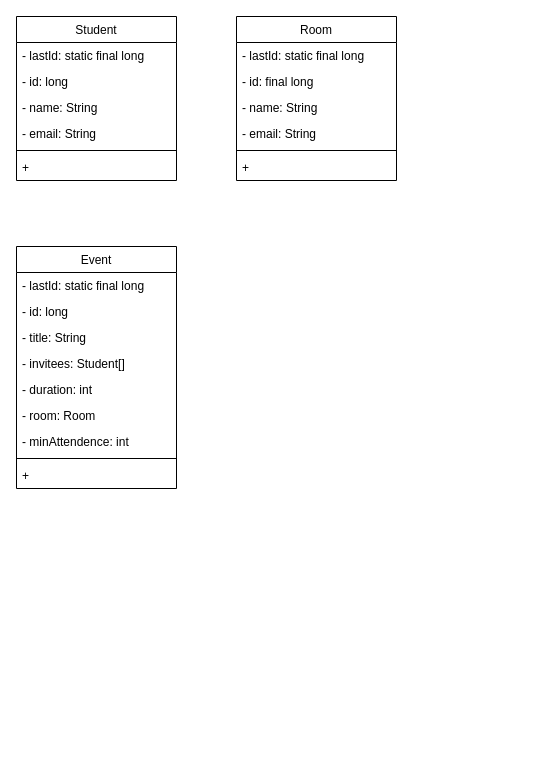
Before: diagrams/Untitled Diagram.drawio in lostshelf/seng-300-uml, a draw.io diagram. Source tidied: cells renumbered, new cells numbered last; positions are measured from the earlier drawing's top-left corner, leaving out a move shared by most shapes. Both pictures are drawn from the tidied source at 100%, with x=0, y=0 at pixel (16, 16).
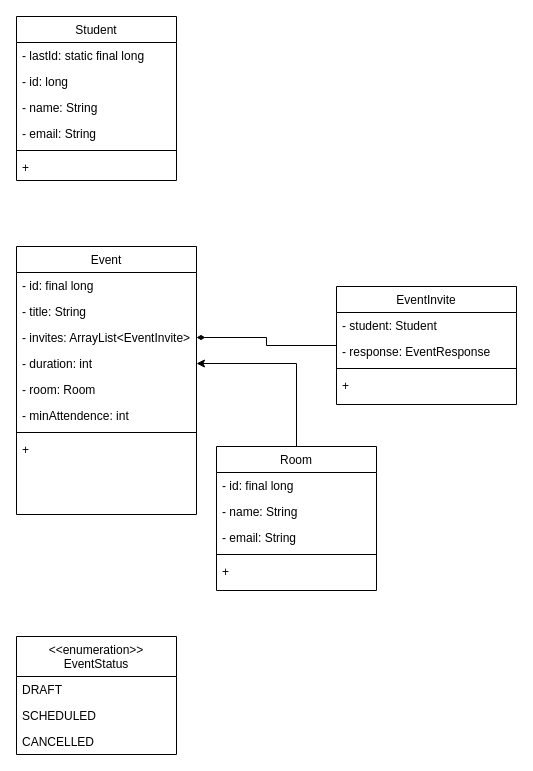
The same diagram, later.

What changed in the source:
```diff
@@
     <mxCell id="9" value="Room" style="swimlane;fontStyle=0;align=center;verticalAlign=top;horizontal=1;startSize=26;rounded=0;shadow=0;strokeWidth=1;" parent="1" vertex="1">
-      <mxGeometry x="220" width="160" height="164" as="geometry" />
+      <mxGeometry x="200" y="430" width="160" height="144" as="geometry" />
     </mxCell>
-    <mxCell id="10" value="- lastId: static final long" style="text;align=left;verticalAlign=top;spacingLeft=4;spacingRight=4;overflow=hidden;rounded=0;shadow=0;html=0;" parent="9" vertex="1">
-      <mxGeometry y="26" width="160" height="26" as="geometry" />
-    </mxCell>
     <mxCell id="11" value="- id: final long" style="text;align=left;verticalAlign=top;spacingLeft=4;spacingRight=4;overflow=hidden;" parent="9" vertex="1">
-      <mxGeometry y="52" width="160" height="26" as="geometry" />
+      <mxGeometry y="26" width="160" height="26" as="geometry" />
     </mxCell>
     <mxCell id="12" value="- name: String" style="text;align=left;verticalAlign=top;spacingLeft=4;spacingRight=4;overflow=hidden;rounded=0;shadow=0;html=0;" parent="9" vertex="1">
-      <mxGeometry y="78" width="160" height="26" as="geometry" />
+      <mxGeometry y="52" width="160" height="26" as="geometry" />
     </mxCell>
     <mxCell id="13" value="- email: String" style="text;align=left;verticalAlign=top;spacingLeft=4;spacingRight=4;overflow=hidden;rounded=0;shadow=0;html=0;" parent="9" vertex="1">
-      <mxGeometry y="104" width="160" height="26" as="geometry" />
+      <mxGeometry y="78" width="160" height="26" as="geometry" />
     </mxCell>
     <mxCell id="14" style="line;html=1;strokeWidth=1;align=left;verticalAlign=middle;spacingTop=-1;spacingLeft=3;spacingRight=3;labelPosition=right;" parent="9" vertex="1">
-      <mxGeometry y="130" width="160" height="8" as="geometry" />
+      <mxGeometry y="104" width="160" height="8" as="geometry" />
     </mxCell>
     <mxCell id="15" value="+ " style="text;align=left;verticalAlign=top;spacingLeft=4;spacingRight=4;overflow=hidden;" parent="9" vertex="1">
-      <mxGeometry y="138" width="160" height="26" as="geometry" />
+      <mxGeometry y="112" width="160" height="26" as="geometry" />
     </mxCell>
     <mxCell id="16" value="Event" style="swimlane;fontStyle=0;align=center;verticalAlign=top;horizontal=1;startSize=26;rounded=0;shadow=0;strokeWidth=1;" parent="1" vertex="1">
-      <mxGeometry y="230" width="160" height="242" as="geometry" />
+      <mxGeometry y="230" width="180" height="268" as="geometry" />
     </mxCell>
-    <mxCell id="17" value="- lastId: static final long" style="text;align=left;verticalAlign=top;spacingLeft=4;spacingRight=4;overflow=hidden;rounded=0;shadow=0;html=0;" parent="16" vertex="1">
-      <mxGeometry y="26" width="160" height="26" as="geometry" />
-    </mxCell>
-    <mxCell id="18" value="- id: long" style="text;align=left;verticalAlign=top;spacingLeft=4;spacingRight=4;overflow=hidden;" parent="16" vertex="1">
-      <mxGeometry y="52" width="160" height="26" as="geometry" />
+    <mxCell id="18" value="- id: final long" style="text;align=left;verticalAlign=top;spacingLeft=4;spacingRight=4;overflow=hidden;" parent="16" vertex="1">
+      <mxGeometry y="26" width="180" height="26" as="geometry" />
     </mxCell>
     <mxCell id="19" value="- title: String" style="text;align=left;verticalAlign=top;spacingLeft=4;spacingRight=4;overflow=hidden;rounded=0;shadow=0;html=0;" parent="16" vertex="1">
-      <mxGeometry y="78" width="160" height="26" as="geometry" />
+      <mxGeometry y="52" width="180" height="26" as="geometry" />
     </mxCell>
-    <mxCell id="20" value="- invitees: Student[]" style="text;align=left;verticalAlign=top;spacingLeft=4;spacingRight=4;overflow=hidden;points=[[0,0.5],[1,0.5]];portConstraint=eastwest;rounded=0;shadow=0;html=0;" parent="16" vertex="1">
-      <mxGeometry y="104" width="160" height="26" as="geometry" />
+    <mxCell id="20" value="- invites: ArrayList&lt;EventInvite&gt;" style="text;align=left;verticalAlign=top;spacingLeft=4;spacingRight=4;overflow=hidden;points=[[0,0.5],[1,0.5]];portConstraint=eastwest;rounded=0;shadow=0;html=0;" parent="16" vertex="1">
+      <mxGeometry y="78" width="180" height="26" as="geometry" />
     </mxCell>
     <mxCell id="21" value="- duration: int" style="text;align=left;verticalAlign=top;spacingLeft=4;spacingRight=4;overflow=hidden;points=[[0,0.5],[1,0.5]];portConstraint=eastwest;rounded=0;shadow=0;html=0;" parent="16" vertex="1">
-      <mxGeometry y="130" width="160" height="26" as="geometry" />
+      <mxGeometry y="104" width="180" height="26" as="geometry" />
     </mxCell>
     <mxCell id="22" value="- room: Room" style="text;align=left;verticalAlign=top;spacingLeft=4;spacingRight=4;overflow=hidden;rounded=0;shadow=0;html=0;" parent="16" vertex="1">
-      <mxGeometry y="156" width="160" height="26" as="geometry" />
+      <mxGeometry y="130" width="180" height="26" as="geometry" />
     </mxCell>
     <mxCell id="23" value="- minAttendence: int" style="text;align=left;verticalAlign=top;spacingLeft=4;spacingRight=4;overflow=hidden;rounded=0;shadow=0;html=0;" parent="16" vertex="1">
-      <mxGeometry y="182" width="160" height="26" as="geometry" />
+      <mxGeometry y="156" width="180" height="26" as="geometry" />
     </mxCell>
     <mxCell id="24" style="line;html=1;strokeWidth=1;align=left;verticalAlign=middle;spacingTop=-1;spacingLeft=3;spacingRight=3;labelPosition=right;" parent="16" vertex="1">
-      <mxGeometry y="208" width="160" height="8" as="geometry" />
+      <mxGeometry y="182" width="180" height="8" as="geometry" />
     </mxCell>
     <mxCell id="25" value="+ " style="text;align=left;verticalAlign=top;spacingLeft=4;spacingRight=4;overflow=hidden;" parent="16" vertex="1">
-      <mxGeometry y="216" width="160" height="26" as="geometry" />
+      <mxGeometry y="190" width="180" height="26" as="geometry" />
     </mxCell>
+    <mxCell id="26" style="edgeStyle=orthogonalEdgeStyle;rounded=0;jettySize=auto;html=1;" parent="1" edge="1" source="9" target="21">
+      <mxGeometry relative="1" as="geometry" />
+    </mxCell>
+    <mxCell id="27" value="&lt;&lt;enumeration&gt;&gt;&#10;EventStatus" style="swimlane;fontStyle=0;align=center;verticalAlign=top;horizontal=1;startSize=40;rounded=0;shadow=0;strokeWidth=1;" parent="1" vertex="1">
+      <mxGeometry y="620" width="160" height="118" as="geometry" />
+    </mxCell>
+    <mxCell id="28" value="DRAFT" style="text;align=left;verticalAlign=top;spacingLeft=4;spacingRight=4;overflow=hidden;rounded=0;shadow=0;html=0;" parent="27" vertex="1">
+      <mxGeometry y="40" width="160" height="26" as="geometry" />
+    </mxCell>
+    <mxCell id="29" value="SCHEDULED" style="text;align=left;verticalAlign=top;spacingLeft=4;spacingRight=4;overflow=hidden;rounded=0;shadow=0;html=0;" parent="27" vertex="1">
+      <mxGeometry y="66" width="160" height="26" as="geometry" />
+    </mxCell>
+    <mxCell id="30" value="CANCELLED" style="text;align=left;verticalAlign=top;spacingLeft=4;spacingRight=4;overflow=hidden;rounded=0;shadow=0;html=0;" parent="27" vertex="1">
+      <mxGeometry y="92" width="160" height="26" as="geometry" />
+    </mxCell>
+    <mxCell id="31" style="edgeStyle=orthogonalEdgeStyle;rounded=0;jettySize=auto;html=1;endArrow=diamondThin;endFill=1;" parent="1" edge="1" source="32" target="20">
+      <mxGeometry relative="1" as="geometry" />
+    </mxCell>
+    <mxCell id="32" value="EventInvite" style="swimlane;fontStyle=0;align=center;verticalAlign=top;horizontal=1;startSize=26;rounded=0;shadow=0;strokeWidth=1;" parent="1" vertex="1">
+      <mxGeometry x="320" y="270" width="180" height="118" as="geometry" />
+    </mxCell>
+    <mxCell id="33" value="- student: Student" style="text;align=left;verticalAlign=top;spacingLeft=4;spacingRight=4;overflow=hidden;rounded=0;shadow=0;html=0;" parent="32" vertex="1">
+      <mxGeometry y="26" width="180" height="26" as="geometry" />
+    </mxCell>
+    <mxCell id="34" value="- response: EventResponse" style="text;align=left;verticalAlign=top;spacingLeft=4;spacingRight=4;overflow=hidden;rounded=0;shadow=0;html=0;" parent="32" vertex="1">
+      <mxGeometry y="52" width="180" height="26" as="geometry" />
+    </mxCell>
+    <mxCell id="35" style="line;html=1;strokeWidth=1;align=left;verticalAlign=middle;spacingTop=-1;spacingLeft=3;spacingRight=3;labelPosition=right;" parent="32" vertex="1">
+      <mxGeometry y="78" width="180" height="8" as="geometry" />
+    </mxCell>
+    <mxCell id="36" value="+ " style="text;align=left;verticalAlign=top;spacingLeft=4;spacingRight=4;overflow=hidden;" parent="32" vertex="1">
+      <mxGeometry y="86" width="180" height="26" as="geometry" />
+    </mxCell>
```
